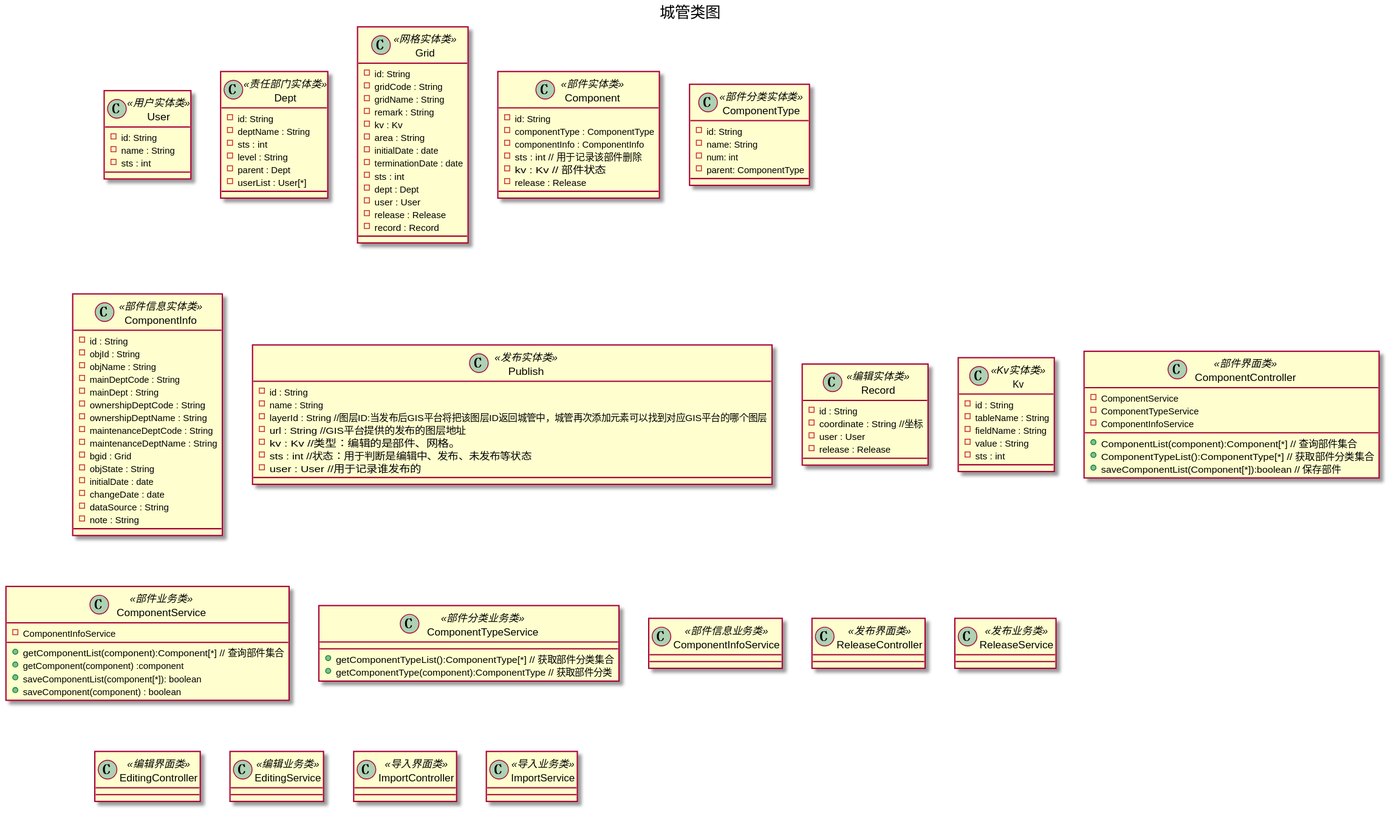
Above: doc/ClassUml/城管类图/城管类图.svg in missaouib/urban-management-platform (PlantUML), before the change.
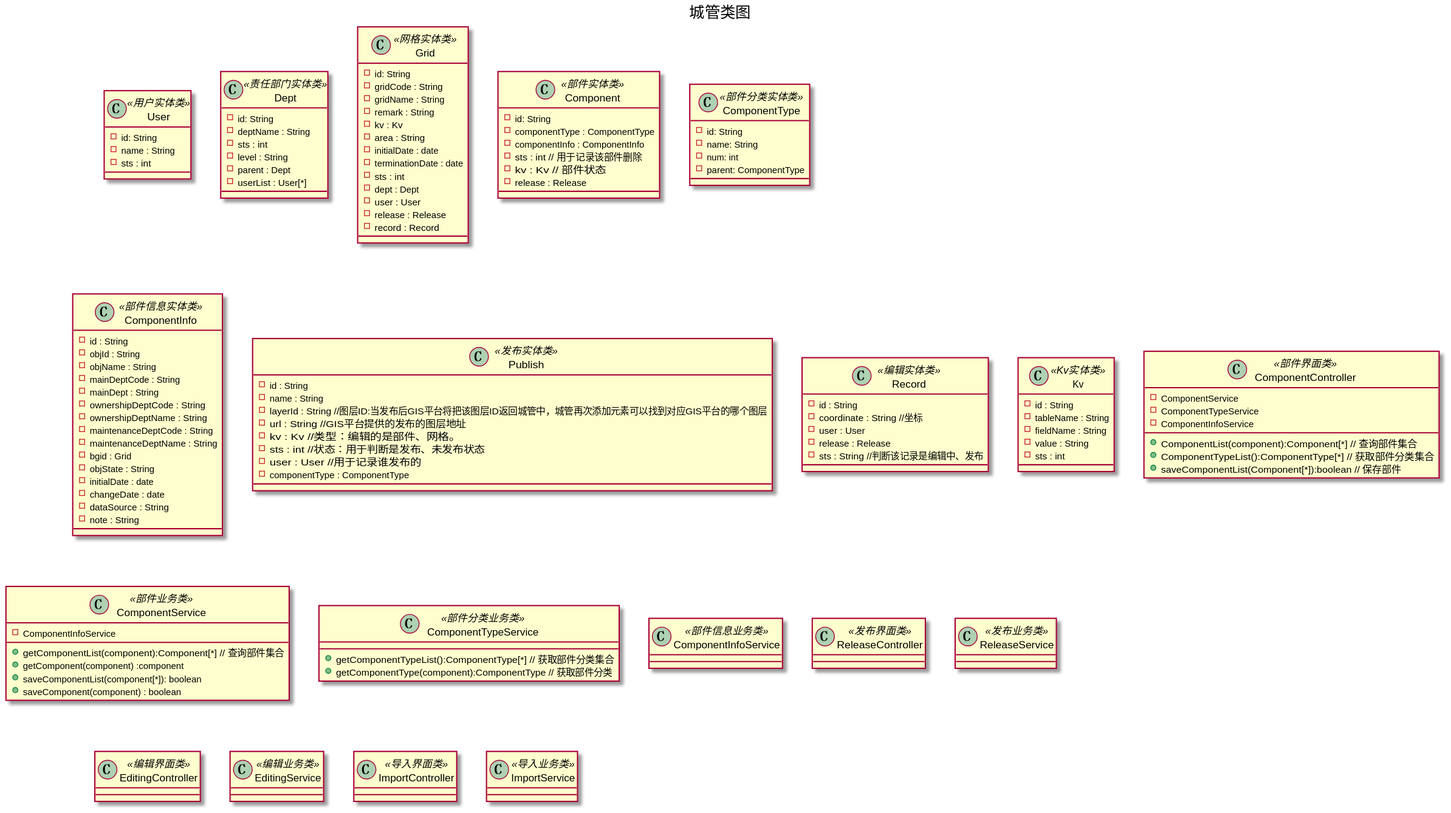
Above is the later version.

Commit message:
城管类图 增加发布类部件分类标识

Change to the diagram source:
```diff
@@ -71,14 +71,16 @@
     -layerId : String     //图层ID:当发布后GIS平台将把该图层ID返回城管中，城管再次添加元素可以找到对应GIS平台的哪个图层
     -url : String         //GIS平台提供的发布的图层地址
     -kv : Kv              //类型：编辑的是部件、网格。
-    -sts : int            //状态：用于判断是编辑中、发布、未发布等状态
+    -sts : int            //状态：用于判断是发布、未发布状态
     -user : User          //用于记录谁发布的
+    -componentType : ComponentType
 }
 class Record<<编辑实体类>>{
     -id : String
     -coordinate : String  //坐标
     -user : User
     -release : Release
+    -sts : String //判断该记录是编辑中、发布
 }
 
 class Kv<<Kv实体类>>{
```
